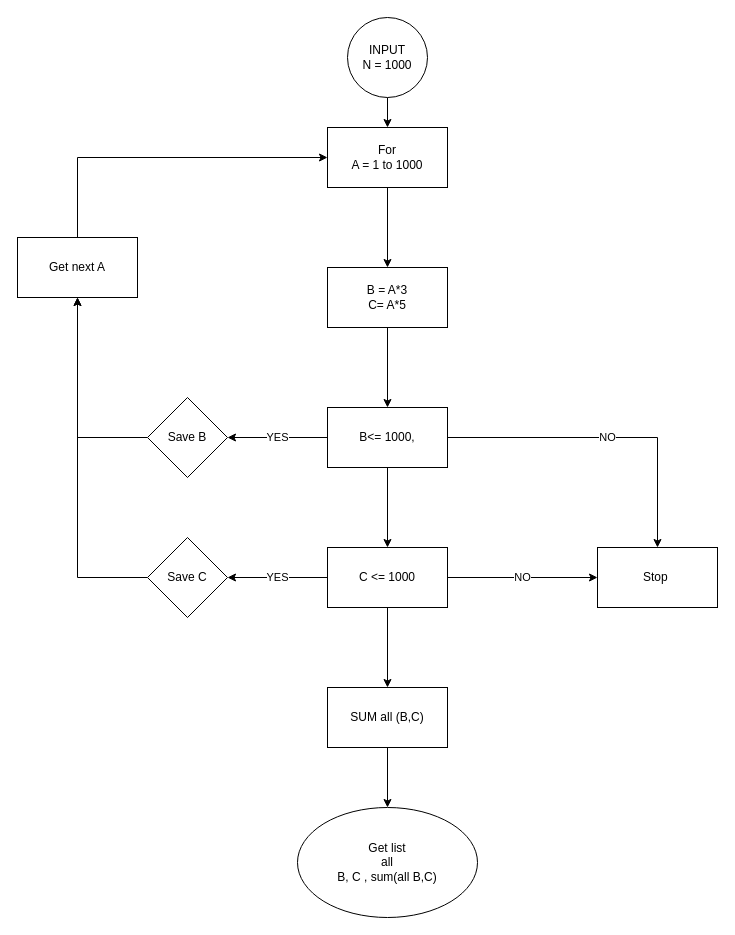
ricotrannguyen/Algorithm keeps this draw.io diagram as flownumber.drawio. Above is the earlier version. Source tidied: cells renumbered, new cells numbered last; positions are measured from the earlier drawing's top-left corner, leaving out a move shared by most shapes. Both pictures are drawn from the tidied source at 100%, with x=0, y=0 at pixel (17, 17).
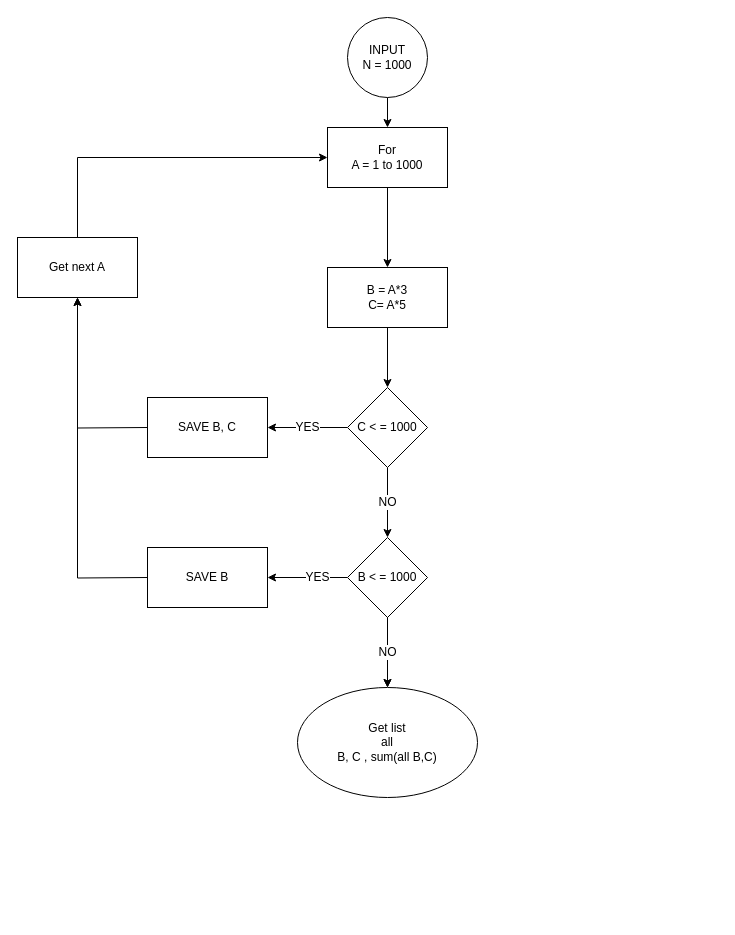
Above is the later version.

The edit, as a diff of the source:
```diff
@@
-    <mxCell id="2" style="edgeStyle=orthogonalEdgeStyle;rounded=0;jettySize=auto;html=1;" parent="1" edge="1" source="3" target="5">
+    <mxCell id="2" style="edgeStyle=orthogonalEdgeStyle;rounded=0;jettySize=auto;html=1;fontSize=12;" parent="1" edge="1" source="3" target="5">
       <mxGeometry relative="1" as="geometry" />
     </mxCell>
-    <mxCell id="3" value="For&lt;br&gt;A = 1 to 1000" style="rounded=0;whiteSpace=wrap;html=1;" parent="1" vertex="1">
+    <mxCell id="3" value="For&lt;br style=&quot;font-size: 12px;&quot;&gt;A = 1 to 1000" style="rounded=0;whiteSpace=wrap;html=1;fontSize=12;" parent="1" vertex="1">
       <mxGeometry x="310" y="110" width="120" height="60" as="geometry" />
     </mxCell>
-    <mxCell id="4" style="edgeStyle=orthogonalEdgeStyle;rounded=0;jettySize=auto;html=1;" parent="1" edge="1" source="5" target="9">
+    <mxCell id="4" style="edgeStyle=orthogonalEdgeStyle;rounded=0;jettySize=auto;html=1;fontSize=12;" parent="1" edge="1" source="5" target="28">
       <mxGeometry relative="1" as="geometry" />
     </mxCell>
-    <mxCell id="5" value="B = A*3&lt;br&gt;C= A*5" style="rounded=0;whiteSpace=wrap;html=1;" parent="1" vertex="1">
+    <mxCell id="5" value="B = A*3&lt;br style=&quot;font-size: 12px;&quot;&gt;C= A*5" style="rounded=0;whiteSpace=wrap;html=1;fontSize=12;" parent="1" vertex="1">
       <mxGeometry x="310" y="250" width="120" height="60" as="geometry" />
     </mxCell>
-    <mxCell id="6" value="NO" style="edgeStyle=orthogonalEdgeStyle;rounded=0;jettySize=auto;html=1;" parent="1" edge="1" source="9" target="12">
-      <mxGeometry relative="1" as="geometry" />
-    </mxCell>
-    <mxCell id="7" style="edgeStyle=orthogonalEdgeStyle;rounded=0;jettySize=auto;html=1;" parent="1" edge="1" source="9" target="17">
-      <mxGeometry relative="1" as="geometry" />
-    </mxCell>
-    <mxCell id="8" value="YES" style="edgeStyle=orthogonalEdgeStyle;rounded=0;jettySize=auto;html=1;" parent="1" edge="1" source="9" target="21">
-      <mxGeometry relative="1" as="geometry" />
-    </mxCell>
-    <mxCell id="9" value="B&amp;lt;= 1000," style="rounded=0;whiteSpace=wrap;html=1;" parent="1" vertex="1">
-      <mxGeometry x="310" y="390" width="120" height="60" as="geometry" />
-    </mxCell>
-    <mxCell id="10" style="edgeStyle=orthogonalEdgeStyle;rounded=0;jettySize=auto;html=1;entryX=0;entryY=0.5;entryDx=0;entryDy=0;" parent="1" edge="1" source="11" target="3">
+    <mxCell id="10" style="edgeStyle=orthogonalEdgeStyle;rounded=0;jettySize=auto;html=1;entryX=0;entryY=0.5;entryDx=0;entryDy=0;fontSize=12;" parent="1" edge="1" source="11" target="3">
       <mxGeometry relative="1" as="geometry">
         <Array as="points">
           <mxPoint x="60" y="140" />
         </Array>
       </mxGeometry>
     </mxCell>
-    <mxCell id="11" value="Get next A" style="whiteSpace=wrap;html=1;rounded=0;" parent="1" vertex="1">
+    <mxCell id="11" value="Get next A" style="whiteSpace=wrap;html=1;rounded=0;fontSize=12;" parent="1" vertex="1">
       <mxGeometry y="220" width="120" height="60" as="geometry" />
     </mxCell>
-    <mxCell id="12" value="Stop&amp;nbsp;" style="rounded=0;whiteSpace=wrap;html=1;" parent="1" vertex="1">
-      <mxGeometry x="580" y="530" width="120" height="60" as="geometry" />
-    </mxCell>
-    <mxCell id="13" value="Get list &lt;br&gt;all &lt;br&gt;B, C , sum(all B,C)" style="ellipse;whiteSpace=wrap;html=1;rounded=0;" parent="1" vertex="1">
-      <mxGeometry x="280" y="790" width="180" height="110" as="geometry" />
+    <mxCell id="13" value="Get list &lt;br style=&quot;font-size: 12px;&quot;&gt;all &lt;br style=&quot;font-size: 12px;&quot;&gt;B, C , sum(all B,C)" style="ellipse;whiteSpace=wrap;html=1;rounded=0;fontSize=12;" parent="1" vertex="1">
+      <mxGeometry x="280" y="670" width="180" height="110" as="geometry" />
     </mxCell>
-    <mxCell id="14" value="NO" style="edgeStyle=orthogonalEdgeStyle;rounded=0;jettySize=auto;html=1;entryX=0;entryY=0.5;entryDx=0;entryDy=0;" parent="1" edge="1" source="17" target="12">
-      <mxGeometry relative="1" as="geometry" />
-    </mxCell>
-    <mxCell id="15" value="YES" style="edgeStyle=orthogonalEdgeStyle;rounded=0;jettySize=auto;html=1;" parent="1" edge="1" source="17" target="23">
-      <mxGeometry relative="1" as="geometry" />
-    </mxCell>
-    <mxCell id="16" style="edgeStyle=orthogonalEdgeStyle;rounded=0;jettySize=auto;html=1;" parent="1" edge="1" source="17" target="25">
-      <mxGeometry relative="1" as="geometry" />
+    <mxCell id="16" style="edgeStyle=orthogonalEdgeStyle;rounded=0;orthogonalLoop=1;jettySize=auto;html=1;fontSize=12;" parent="1" edge="1">
+      <mxGeometry relative="1" as="geometry">
+        <mxPoint x="370" y="590" as="sourcePoint" />
+        <mxPoint x="370" y="670" as="targetPoint" />
+      </mxGeometry>
     </mxCell>
-    <mxCell id="17" value="C &amp;lt;= 1000" style="rounded=0;whiteSpace=wrap;html=1;" parent="1" vertex="1">
-      <mxGeometry x="310" y="530" width="120" height="60" as="geometry" />
-    </mxCell>
-    <mxCell id="18" style="edgeStyle=orthogonalEdgeStyle;rounded=0;jettySize=auto;html=1;entryX=0.5;entryY=0;entryDx=0;entryDy=0;" parent="1" edge="1" source="19" target="3">
+    <mxCell id="18" style="edgeStyle=orthogonalEdgeStyle;rounded=0;jettySize=auto;html=1;entryX=0.5;entryY=0;entryDx=0;entryDy=0;fontSize=12;" parent="1" edge="1" source="19" target="3">
       <mxGeometry relative="1" as="geometry" />
     </mxCell>
-    <mxCell id="19" value="INPUT&lt;br&gt;N = 1000" style="ellipse;whiteSpace=wrap;html=1;" parent="1" vertex="1">
+    <mxCell id="19" value="INPUT&lt;br style=&quot;font-size: 12px;&quot;&gt;N = 1000" style="ellipse;whiteSpace=wrap;html=1;fontSize=12;" parent="1" vertex="1">
       <mxGeometry x="330" width="80" height="80" as="geometry" />
     </mxCell>
-    <mxCell id="20" style="edgeStyle=orthogonalEdgeStyle;rounded=0;jettySize=auto;html=1;entryX=0.5;entryY=1;entryDx=0;entryDy=0;" parent="1" edge="1" source="21" target="11">
-      <mxGeometry relative="1" as="geometry" />
+    <mxCell id="20" style="edgeStyle=orthogonalEdgeStyle;rounded=0;jettySize=auto;html=1;entryX=0.5;entryY=1;entryDx=0;entryDy=0;fontSize=12;" parent="1" edge="1" target="11">
+      <mxGeometry relative="1" as="geometry">
+        <mxPoint x="130" y="410" as="sourcePoint" />
+      </mxGeometry>
     </mxCell>
-    <mxCell id="21" value="Save B" style="rhombus;whiteSpace=wrap;html=1;rounded=0;" parent="1" vertex="1">
-      <mxGeometry x="130" y="380" width="80" height="80" as="geometry" />
-    </mxCell>
-    <mxCell id="22" style="edgeStyle=orthogonalEdgeStyle;rounded=0;jettySize=auto;html=1;entryX=0.5;entryY=1;entryDx=0;entryDy=0;" parent="1" edge="1" source="23" target="11">
-      <mxGeometry relative="1" as="geometry" />
+    <mxCell id="22" style="edgeStyle=orthogonalEdgeStyle;rounded=0;jettySize=auto;html=1;entryX=0.5;entryY=1;entryDx=0;entryDy=0;fontSize=12;" parent="1" edge="1" target="11">
+      <mxGeometry relative="1" as="geometry">
+        <mxPoint x="130" y="560" as="sourcePoint" />
+      </mxGeometry>
     </mxCell>
-    <mxCell id="23" value="Save C" style="rhombus;whiteSpace=wrap;html=1;rounded=0;" parent="1" vertex="1">
-      <mxGeometry x="130" y="520" width="80" height="80" as="geometry" />
-    </mxCell>
-    <mxCell id="24" style="edgeStyle=orthogonalEdgeStyle;rounded=0;jettySize=auto;html=1;entryX=0.5;entryY=0;entryDx=0;entryDy=0;" parent="1" edge="1" source="25" target="13">
-      <mxGeometry relative="1" as="geometry" />
-    </mxCell>
-    <mxCell id="25" value="SUM all (B,C)" style="rounded=0;whiteSpace=wrap;html=1;" parent="1" vertex="1">
-      <mxGeometry x="310" y="670" width="120" height="60" as="geometry" />
-    </mxCell>
+    <mxCell id="26" value="YES" style="edgeStyle=orthogonalEdgeStyle;rounded=0;jettySize=auto;html=1;fontSize=12;" parent="1" edge="1" source="28" target="29">
+      <mxGeometry relative="1" as="geometry" />
+    </mxCell>
+    <mxCell id="27" value="NO" style="edgeStyle=orthogonalEdgeStyle;rounded=0;jettySize=auto;html=1;fontSize=12;" parent="1" edge="1" source="28" target="33">
+      <mxGeometry relative="1" as="geometry" />
+    </mxCell>
+    <mxCell id="28" value="C &amp;lt; = 1000" style="rhombus;whiteSpace=wrap;html=1;fontSize=12;" parent="1" vertex="1">
+      <mxGeometry x="330" y="370" width="80" height="80" as="geometry" />
+    </mxCell>
+    <mxCell id="29" value="SAVE B, C" style="whiteSpace=wrap;html=1;fontSize=12;" parent="1" vertex="1">
+      <mxGeometry x="130" y="380" width="120" height="60" as="geometry" />
+    </mxCell>
+    <mxCell id="30" style="edgeStyle=orthogonalEdgeStyle;rounded=0;jettySize=auto;html=1;fontSize=12;" parent="1" edge="1" source="33" target="34">
+      <mxGeometry relative="1" as="geometry" />
+    </mxCell>
+    <mxCell id="31" value="YES" style="edgeLabel;html=1;align=center;verticalAlign=middle;fontSize=12;" parent="30" vertex="1">
+      <mxGeometry x="-0.23" y="-1" relative="1" as="geometry" />
+    </mxCell>
+    <mxCell id="32" value="NO" style="edgeStyle=orthogonalEdgeStyle;rounded=0;jettySize=auto;html=1;fontSize=12;" parent="1" edge="1" source="33">
+      <mxGeometry relative="1" as="geometry">
+        <mxPoint x="370" y="670" as="targetPoint" />
+      </mxGeometry>
+    </mxCell>
+    <mxCell id="33" value="B &amp;lt; = 1000" style="rhombus;whiteSpace=wrap;html=1;fontSize=12;" parent="1" vertex="1">
+      <mxGeometry x="330" y="520" width="80" height="80" as="geometry" />
+    </mxCell>
+    <mxCell id="34" value="SAVE B" style="whiteSpace=wrap;html=1;fontSize=12;" parent="1" vertex="1">
+      <mxGeometry x="130" y="530" width="120" height="60" as="geometry" />
+    </mxCell>
```
